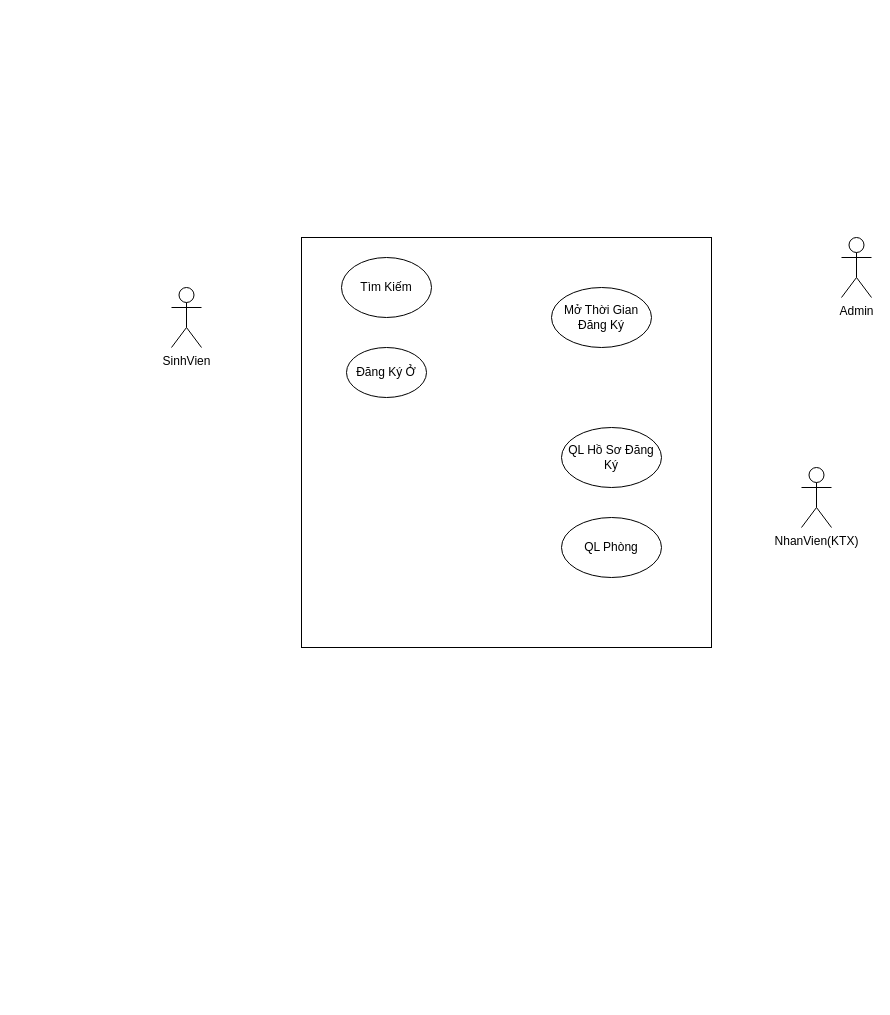
Before: page "UseCase" (3 of 5) of Other/ERD.drawio in phanvandinh99/QuanLyKyTucXa, a draw.io diagram. Source tidied: cells renumbered, new cells numbered last; positions are measured from the earlier drawing's top-left corner, leaving out a move shared by most shapes. Both pictures are drawn from the tidied source at 100%, with x=0, y=0 at pixel (171, 237).
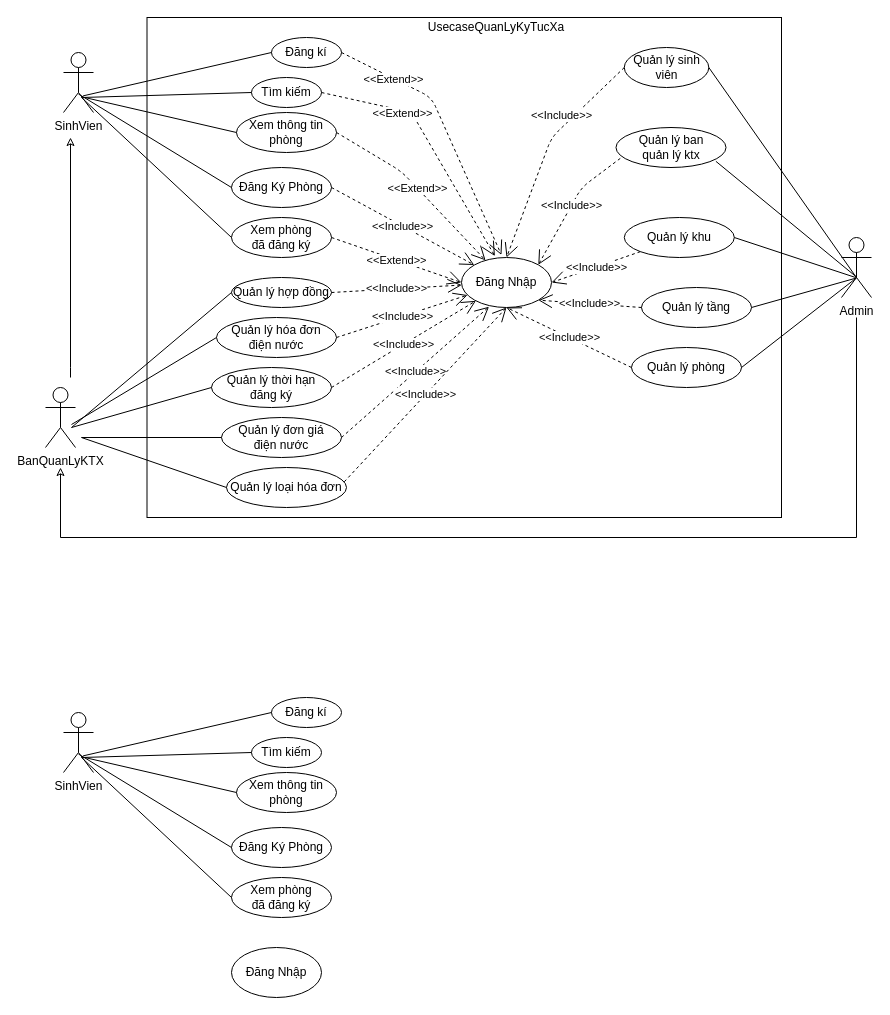
The same page after the edit.

The edit, as a diff of the source:
```diff
@@
+    <mxCell id="11" value="SinhVien" style="shape=umlActor;verticalLabelPosition=bottom;verticalAlign=top;html=1;" parent="1" vertex="1">
+      <mxGeometry x="-108" y="-185" width="30" height="60" as="geometry" />
+    </mxCell>
+    <mxCell id="12" style="rounded=0;whiteSpace=wrap;html=1;" parent="1" vertex="1">
+      <mxGeometry x="-24.5" y="-220" width="634.5" height="500" as="geometry" />
+    </mxCell>
+    <mxCell id="13" value="Đăng kí" style="ellipse;whiteSpace=wrap;html=1;" parent="1" vertex="1">
+      <mxGeometry x="100" y="-200" width="70" height="30" as="geometry" />
+    </mxCell>
+    <mxCell id="14" value="Đăng Nhập" style="ellipse;whiteSpace=wrap;html=1;" parent="1" vertex="1">
+      <mxGeometry x="290" y="20" width="90" height="50" as="geometry" />
+    </mxCell>
+    <mxCell id="15" value="Tìm kiếm" style="ellipse;whiteSpace=wrap;html=1;" parent="1" vertex="1">
+      <mxGeometry x="80" y="-160" width="70" height="30" as="geometry" />
+    </mxCell>
+    <mxCell id="16" value="Xem thông tin phòng" style="ellipse;whiteSpace=wrap;html=1;" parent="1" vertex="1">
+      <mxGeometry x="65" y="-125" width="100" height="40" as="geometry" />
+    </mxCell>
+    <mxCell id="17" value="Đăng Ký Phòng" style="ellipse;whiteSpace=wrap;html=1;" parent="1" vertex="1">
+      <mxGeometry x="60" y="-70" width="100" height="40" as="geometry" />
+    </mxCell>
+    <mxCell id="18" value="Xem phòng&lt;br&gt;đã đăng ký" style="ellipse;whiteSpace=wrap;html=1;" parent="1" vertex="1">
+      <mxGeometry x="60" y="-20" width="100" height="40" as="geometry" />
+    </mxCell>
+    <mxCell id="19" value="Quản lý hợp đồng" style="ellipse;whiteSpace=wrap;html=1;" parent="1" vertex="1">
+      <mxGeometry x="60" y="40" width="100" height="30" as="geometry" />
+    </mxCell>
+    <mxCell id="20" value="Quản lý hóa đơn&lt;br&gt;điện nước" style="ellipse;whiteSpace=wrap;html=1;" parent="1" vertex="1">
+      <mxGeometry x="45" y="80" width="120" height="40" as="geometry" />
+    </mxCell>
+    <mxCell id="21" style="edgeStyle=orthogonalEdgeStyle;rounded=0;orthogonalLoop=1;jettySize=auto;html=1;endArrow=classic;endFill=0;" parent="1" edge="1">
+      <mxGeometry relative="1" as="geometry">
+        <mxPoint x="-101" y="140" as="sourcePoint" />
+        <mxPoint x="-101" y="-100" as="targetPoint" />
+        <Array as="points">
+          <mxPoint x="-101" y="130" />
+        </Array>
+      </mxGeometry>
+    </mxCell>
+    <mxCell id="22" value="BanQuanLyKTX" style="shape=umlActor;verticalLabelPosition=bottom;verticalAlign=top;html=1;" parent="1" vertex="1">
+      <mxGeometry x="-126" y="150" width="30" height="60" as="geometry" />
+    </mxCell>
+    <mxCell id="23" style="edgeStyle=orthogonalEdgeStyle;rounded=0;orthogonalLoop=1;jettySize=auto;html=1;endArrow=classic;endFill=0;" parent="1" edge="1">
+      <mxGeometry relative="1" as="geometry">
+        <mxPoint x="685" y="80" as="sourcePoint" />
+        <mxPoint x="-111" y="230" as="targetPoint" />
+        <Array as="points">
+          <mxPoint x="685" y="300" />
+          <mxPoint x="-111" y="300" />
+        </Array>
+      </mxGeometry>
+    </mxCell>
-    <mxCell id="2" value="Admin" style="shape=umlActor;verticalLabelPosition=bottom;verticalAlign=top;html=1;outlineConnect=0;" parent="1" vertex="1">
+    <mxCell id="2" value="Admin" style="shape=umlActor;verticalLabelPosition=bottom;verticalAlign=top;html=1;" parent="1" vertex="1">
       <mxGeometry x="670" width="30" height="60" as="geometry" />
     </mxCell>
-    <mxCell id="3" style="whiteSpace=wrap;html=1;" parent="1" vertex="1">
-      <mxGeometry x="130" width="410" height="410" as="geometry" />
-    </mxCell>
-    <mxCell id="4" value="SinhVien" style="shape=umlActor;verticalLabelPosition=bottom;verticalAlign=top;html=1;" parent="1" vertex="1">
-      <mxGeometry y="50" width="30" height="60" as="geometry" />
-    </mxCell>
-    <mxCell id="5" value="NhanVien(KTX)" style="shape=umlActor;verticalLabelPosition=bottom;verticalAlign=top;html=1;" parent="1" vertex="1">
-      <mxGeometry x="630" y="230" width="30" height="60" as="geometry" />
-    </mxCell>
-    <mxCell id="6" value="Tìm Kiếm" style="ellipse;whiteSpace=wrap;html=1;" parent="1" vertex="1">
-      <mxGeometry x="170" y="20" width="90" height="60" as="geometry" />
-    </mxCell>
-    <mxCell id="7" value="Đăng Ký Ở" style="ellipse;whiteSpace=wrap;html=1;" parent="1" vertex="1">
-      <mxGeometry x="175" y="110" width="80" height="50" as="geometry" />
-    </mxCell>
-    <mxCell id="8" value="Mở Thời Gian Đăng Ký" style="ellipse;whiteSpace=wrap;html=1;" parent="1" vertex="1">
-      <mxGeometry x="380" y="50" width="100" height="60" as="geometry" />
-    </mxCell>
-    <mxCell id="9" value="QL Phòng" style="ellipse;whiteSpace=wrap;html=1;" parent="1" vertex="1">
-      <mxGeometry x="390" y="280" width="100" height="60" as="geometry" />
-    </mxCell>
-    <mxCell id="10" value="QL Hồ Sơ Đăng Ký" style="ellipse;whiteSpace=wrap;html=1;" parent="1" vertex="1">
-      <mxGeometry x="390" y="190" width="100" height="60" as="geometry" />
-    </mxCell>
+    <mxCell id="24" value="Quản lý sinh viên" style="ellipse;whiteSpace=wrap;html=1;" parent="1" vertex="1">
+      <mxGeometry x="452.8" y="-190" width="84.5" height="40" as="geometry" />
+    </mxCell>
+    <mxCell id="25" value="Quản lý ban&lt;br&gt;quản lý ktx" style="ellipse;whiteSpace=wrap;html=1;" parent="1" vertex="1">
+      <mxGeometry x="444.5" y="-110" width="110" height="40" as="geometry" />
+    </mxCell>
+    <mxCell id="26" value="Quản lý khu" style="ellipse;whiteSpace=wrap;html=1;" parent="1" vertex="1">
+      <mxGeometry x="452.8" y="-20" width="110" height="40" as="geometry" />
+    </mxCell>
+    <mxCell id="27" value="Quản lý tầng" style="ellipse;whiteSpace=wrap;html=1;" parent="1" vertex="1">
+      <mxGeometry x="470" y="50" width="110" height="40" as="geometry" />
+    </mxCell>
+    <mxCell id="28" style="endArrow=none;html=1;exitX=0.653;exitY=0.723;exitDx=0;exitDy=0;exitPerimeter=0;entryX=0;entryY=0.5;entryDx=0;entryDy=0;endFill=0;" parent="1" edge="1" source="11" target="13">
+      <mxGeometry relative="1" as="geometry" />
+    </mxCell>
+    <mxCell id="29" style="endArrow=none;html=1;exitX=0.6;exitY=0.75;exitDx=0;exitDy=0;exitPerimeter=0;entryX=0;entryY=0.5;entryDx=0;entryDy=0;endFill=0;" parent="1" edge="1" source="11" target="15">
+      <mxGeometry relative="1" as="geometry" />
+    </mxCell>
+    <mxCell id="30" style="endArrow=none;html=1;exitX=0.707;exitY=0.75;exitDx=0;exitDy=0;exitPerimeter=0;entryX=0;entryY=0.5;entryDx=0;entryDy=0;endFill=0;" parent="1" edge="1" source="11" target="16">
+      <mxGeometry relative="1" as="geometry" />
+    </mxCell>
+    <mxCell id="31" style="endArrow=none;html=1;entryX=0;entryY=0.5;entryDx=0;entryDy=0;exitX=0.5;exitY=0.692;exitDx=0;exitDy=0;exitPerimeter=0;endFill=0;" parent="1" edge="1" source="11" target="17">
+      <mxGeometry relative="1" as="geometry" />
+    </mxCell>
+    <mxCell id="32" style="endArrow=none;html=1;entryX=0;entryY=0.5;entryDx=0;entryDy=0;endFill=0;" parent="1" edge="1" target="18">
+      <mxGeometry relative="1" as="geometry">
+        <mxPoint x="-90" y="-140" as="sourcePoint" />
+      </mxGeometry>
+    </mxCell>
+    <mxCell id="33" style="endArrow=none;html=1;entryX=0;entryY=0.5;entryDx=0;entryDy=0;endFill=0;" parent="1" edge="1" target="20">
+      <mxGeometry relative="1" as="geometry">
+        <mxPoint x="-100" y="187" as="sourcePoint" />
+      </mxGeometry>
+    </mxCell>
+    <mxCell id="34" style="endArrow=none;html=1;entryX=0;entryY=0.5;entryDx=0;entryDy=0;endFill=0;" parent="1" edge="1" target="19">
+      <mxGeometry relative="1" as="geometry">
+        <mxPoint x="-100" y="190" as="sourcePoint" />
+      </mxGeometry>
+    </mxCell>
+    <mxCell id="35" value="&amp;lt;&amp;lt;Include&amp;gt;&amp;gt;" style="endArrow=open;endSize=12;dashed=1;html=1;exitX=1;exitY=0.5;exitDx=0;exitDy=0;" parent="1" edge="1" source="19" target="14">
+      <mxGeometry relative="1" as="geometry" />
+    </mxCell>
+    <mxCell id="36" value="&amp;lt;&amp;lt;Include&amp;gt;&amp;gt;" style="endArrow=open;endSize=12;dashed=1;html=1;exitX=1;exitY=0.5;exitDx=0;exitDy=0;" parent="1" edge="1" source="20" target="14">
+      <mxGeometry relative="1" as="geometry" />
+    </mxCell>
+    <mxCell id="37" style="endArrow=none;html=1;exitX=0.493;exitY=0.664;exitDx=0;exitDy=0;exitPerimeter=0;entryX=1;entryY=0.5;entryDx=0;entryDy=0;endFill=0;" parent="1" edge="1" source="2" target="24">
+      <mxGeometry relative="1" as="geometry" />
+    </mxCell>
+    <mxCell id="38" style="endArrow=none;html=1;entryX=0.908;entryY=0.845;entryDx=0;entryDy=0;entryPerimeter=0;exitX=0.493;exitY=0.656;exitDx=0;exitDy=0;exitPerimeter=0;endFill=0;" parent="1" edge="1" source="2" target="25">
+      <mxGeometry relative="1" as="geometry" />
+    </mxCell>
+    <mxCell id="39" style="endArrow=none;html=1;entryX=1;entryY=0.5;entryDx=0;entryDy=0;exitX=0.478;exitY=0.668;exitDx=0;exitDy=0;exitPerimeter=0;endFill=0;" parent="1" edge="1" source="2" target="26">
+      <mxGeometry relative="1" as="geometry" />
+    </mxCell>
+    <mxCell id="40" style="endArrow=none;html=1;entryX=1;entryY=0.5;entryDx=0;entryDy=0;exitX=0.47;exitY=0.679;exitDx=0;exitDy=0;exitPerimeter=0;endFill=0;" parent="1" edge="1" source="2" target="27">
+      <mxGeometry relative="1" as="geometry" />
+    </mxCell>
+    <mxCell id="41" value="&amp;lt;&amp;lt;Include&amp;gt;&amp;gt;" style="endArrow=open;endSize=12;dashed=1;html=1;exitX=0;exitY=0.5;exitDx=0;exitDy=0;entryX=0.5;entryY=0;entryDx=0;entryDy=0;" parent="1" edge="1" source="24" target="14">
+      <mxGeometry x="-0.31" y="-9" relative="1" as="geometry">
+        <Array as="points">
+          <mxPoint x="380" y="-100" />
+        </Array>
+      </mxGeometry>
+    </mxCell>
+    <mxCell id="42" value="&amp;lt;&amp;lt;Include&amp;gt;&amp;gt;" style="endArrow=open;endSize=12;dashed=1;html=1;exitX=0.039;exitY=0.772;exitDx=0;exitDy=0;entryX=1;entryY=0;entryDx=0;entryDy=0;exitPerimeter=0;" parent="1" edge="1" source="25" target="14">
+      <mxGeometry relative="1" as="geometry">
+        <Array as="points">
+          <mxPoint x="410" y="-50" />
+        </Array>
+      </mxGeometry>
+    </mxCell>
+    <mxCell id="43" value="&amp;lt;&amp;lt;Include&amp;gt;&amp;gt;" style="endArrow=open;endSize=12;dashed=1;html=1;exitX=0;exitY=1;exitDx=0;exitDy=0;entryX=1;entryY=0.5;entryDx=0;entryDy=0;" parent="1" edge="1" source="26" target="14">
+      <mxGeometry relative="1" as="geometry" />
+    </mxCell>
+    <mxCell id="44" value="&amp;lt;&amp;lt;Include&amp;gt;&amp;gt;" style="endArrow=open;endSize=12;dashed=1;html=1;exitX=0;exitY=0.5;exitDx=0;exitDy=0;entryX=1;entryY=1;entryDx=0;entryDy=0;" parent="1" edge="1" source="27" target="14">
+      <mxGeometry relative="1" as="geometry" />
+    </mxCell>
+    <mxCell id="45" value="&amp;lt;&amp;lt;Extend&amp;gt;&amp;gt;" style="endArrow=open;endSize=12;dashed=1;html=1;exitX=1;exitY=0.5;exitDx=0;exitDy=0;entryX=0;entryY=0.5;entryDx=0;entryDy=0;" parent="1" edge="1" source="18" target="14">
+      <mxGeometry relative="1" as="geometry" />
+    </mxCell>
+    <mxCell id="46" value="&amp;lt;&amp;lt;Include&amp;gt;&amp;gt;" style="endArrow=open;endSize=12;dashed=1;html=1;exitX=1;exitY=0.5;exitDx=0;exitDy=0;" parent="1" edge="1" source="17" target="14">
+      <mxGeometry relative="1" as="geometry" />
+    </mxCell>
+    <mxCell id="47" value="&amp;lt;&amp;lt;Extend&amp;gt;&amp;gt;" style="endArrow=open;endSize=12;dashed=1;html=1;exitX=1;exitY=0.5;exitDx=0;exitDy=0;" parent="1" edge="1" source="16" target="14">
+      <mxGeometry relative="1" as="geometry">
+        <Array as="points">
+          <mxPoint x="230" y="-66" />
+        </Array>
+      </mxGeometry>
+    </mxCell>
+    <mxCell id="48" value="&amp;lt;&amp;lt;Extend&amp;gt;&amp;gt;" style="endArrow=open;endSize=12;dashed=1;html=1;exitX=1;exitY=0.5;exitDx=0;exitDy=0;entryX=0.371;entryY=-0.028;entryDx=0;entryDy=0;entryPerimeter=0;" parent="1" edge="1" source="15" target="14">
+      <mxGeometry x="-0.36" y="-3" relative="1" as="geometry">
+        <Array as="points">
+          <mxPoint x="240" y="-125" />
+        </Array>
+        <mxPoint x="1" as="offset" />
+      </mxGeometry>
+    </mxCell>
+    <mxCell id="49" value="UsecaseQuanLyKyTucXa" style="text;html=1;strokeColor=none;fillColor=none;align=center;verticalAlign=middle;whiteSpace=wrap;rounded=0;" parent="1" vertex="1">
+      <mxGeometry x="240" y="-220" width="170" height="20" as="geometry" />
+    </mxCell>
+    <mxCell id="50" value="&amp;lt;&amp;lt;Extend&amp;gt;&amp;gt;" style="endArrow=open;endSize=12;dashed=1;html=1;exitX=1;exitY=0.5;exitDx=0;exitDy=0;entryX=0.444;entryY=-0.05;entryDx=0;entryDy=0;entryPerimeter=0;" parent="1" edge="1" source="13" target="14">
+      <mxGeometry x="-0.57" y="-1" relative="1" as="geometry">
+        <Array as="points">
+          <mxPoint x="260" y="-140" />
+        </Array>
+      </mxGeometry>
+    </mxCell>
+    <mxCell id="51" value="Quản lý phòng" style="ellipse;whiteSpace=wrap;html=1;" parent="1" vertex="1">
+      <mxGeometry x="460" y="110" width="110" height="40" as="geometry" />
+    </mxCell>
+    <mxCell id="52" style="endArrow=none;html=1;entryX=1;entryY=0.5;entryDx=0;entryDy=0;exitX=0.505;exitY=0.671;exitDx=0;exitDy=0;exitPerimeter=0;endFill=0;" parent="1" edge="1" source="2" target="51">
+      <mxGeometry relative="1" as="geometry" />
+    </mxCell>
+    <mxCell id="53" value="&amp;lt;&amp;lt;Include&amp;gt;&amp;gt;" style="endArrow=open;endSize=12;dashed=1;html=1;exitX=0;exitY=0.5;exitDx=0;exitDy=0;entryX=0.5;entryY=1;entryDx=0;entryDy=0;" parent="1" edge="1" source="51" target="14">
+      <mxGeometry relative="1" as="geometry" />
+    </mxCell>
+    <mxCell id="54" value="Quản lý thời hạn đăng ký" style="ellipse;whiteSpace=wrap;html=1;" parent="1" vertex="1">
+      <mxGeometry x="40" y="130" width="120" height="40" as="geometry" />
+    </mxCell>
+    <mxCell id="55" value="Quản lý đơn giá &lt;br&gt;điện nước" style="ellipse;whiteSpace=wrap;html=1;" parent="1" vertex="1">
+      <mxGeometry x="50" y="180" width="120" height="40" as="geometry" />
+    </mxCell>
+    <mxCell id="56" value="Quản lý loại hóa đơn" style="ellipse;whiteSpace=wrap;html=1;" parent="1" vertex="1">
+      <mxGeometry x="55" y="230" width="120" height="40" as="geometry" />
+    </mxCell>
+    <mxCell id="57" style="endArrow=none;html=1;entryX=0;entryY=0.5;entryDx=0;entryDy=0;endFill=0;" parent="1" edge="1" target="55">
+      <mxGeometry relative="1" as="geometry">
+        <mxPoint x="-90" y="200" as="sourcePoint" />
+      </mxGeometry>
+    </mxCell>
+    <mxCell id="58" style="endArrow=none;html=1;entryX=0;entryY=0.5;entryDx=0;entryDy=0;endFill=0;" parent="1" edge="1" target="54">
+      <mxGeometry relative="1" as="geometry">
+        <mxPoint x="-100" y="190" as="sourcePoint" />
+      </mxGeometry>
+    </mxCell>
+    <mxCell id="59" style="endArrow=none;html=1;entryX=0;entryY=0.5;entryDx=0;entryDy=0;endFill=0;" parent="1" edge="1" target="56">
+      <mxGeometry relative="1" as="geometry">
+        <mxPoint x="-90" y="200" as="sourcePoint" />
+      </mxGeometry>
+    </mxCell>
+    <mxCell id="60" value="&amp;lt;&amp;lt;Include&amp;gt;&amp;gt;" style="endArrow=open;endSize=12;dashed=1;html=1;exitX=1;exitY=0.5;exitDx=0;exitDy=0;" parent="1" edge="1" source="54" target="14">
+      <mxGeometry relative="1" as="geometry" />
+    </mxCell>
+    <mxCell id="61" value="&amp;lt;&amp;lt;Include&amp;gt;&amp;gt;" style="endArrow=open;endSize=12;dashed=1;html=1;exitX=1;exitY=0.5;exitDx=0;exitDy=0;entryX=0.306;entryY=0.984;entryDx=0;entryDy=0;entryPerimeter=0;" parent="1" edge="1" source="55" target="14">
+      <mxGeometry relative="1" as="geometry" />
+    </mxCell>
+    <mxCell id="62" value="&amp;lt;&amp;lt;Include&amp;gt;&amp;gt;" style="endArrow=open;endSize=12;dashed=1;html=1;exitX=0.981;exitY=0.359;exitDx=0;exitDy=0;exitPerimeter=0;entryX=0.5;entryY=1;entryDx=0;entryDy=0;" parent="1" edge="1" source="56" target="14">
+      <mxGeometry relative="1" as="geometry" />
+    </mxCell>
+    <mxCell id="63" value="SinhVien" style="shape=umlActor;verticalLabelPosition=bottom;verticalAlign=top;html=1;" parent="1" vertex="1">
+      <mxGeometry x="-108" y="475" width="30" height="60" as="geometry" />
+    </mxCell>
+    <mxCell id="64" value="Đăng kí" style="ellipse;whiteSpace=wrap;html=1;" parent="1" vertex="1">
+      <mxGeometry x="100" y="460" width="70" height="30" as="geometry" />
+    </mxCell>
+    <mxCell id="65" value="Tìm kiếm" style="ellipse;whiteSpace=wrap;html=1;" parent="1" vertex="1">
+      <mxGeometry x="80" y="500" width="70" height="30" as="geometry" />
+    </mxCell>
+    <mxCell id="66" value="Xem thông tin phòng" style="ellipse;whiteSpace=wrap;html=1;" parent="1" vertex="1">
+      <mxGeometry x="65" y="535" width="100" height="40" as="geometry" />
+    </mxCell>
+    <mxCell id="67" value="Đăng Ký Phòng" style="ellipse;whiteSpace=wrap;html=1;" parent="1" vertex="1">
+      <mxGeometry x="60" y="590" width="100" height="40" as="geometry" />
+    </mxCell>
+    <mxCell id="68" value="Xem phòng&lt;br&gt;đã đăng ký" style="ellipse;whiteSpace=wrap;html=1;" parent="1" vertex="1">
+      <mxGeometry x="60" y="640" width="100" height="40" as="geometry" />
+    </mxCell>
+    <mxCell id="69" style="endArrow=none;html=1;exitX=0.653;exitY=0.723;exitDx=0;exitDy=0;exitPerimeter=0;entryX=0;entryY=0.5;entryDx=0;entryDy=0;endFill=0;" parent="1" edge="1" source="63" target="64">
+      <mxGeometry relative="1" as="geometry" />
+    </mxCell>
+    <mxCell id="70" style="endArrow=none;html=1;exitX=0.6;exitY=0.75;exitDx=0;exitDy=0;exitPerimeter=0;entryX=0;entryY=0.5;entryDx=0;entryDy=0;endFill=0;" parent="1" edge="1" source="63" target="65">
+      <mxGeometry relative="1" as="geometry" />
+    </mxCell>
+    <mxCell id="71" style="endArrow=none;html=1;exitX=0.707;exitY=0.75;exitDx=0;exitDy=0;exitPerimeter=0;entryX=0;entryY=0.5;entryDx=0;entryDy=0;endFill=0;" parent="1" edge="1" source="63" target="66">
+      <mxGeometry relative="1" as="geometry" />
+    </mxCell>
+    <mxCell id="72" style="endArrow=none;html=1;entryX=0;entryY=0.5;entryDx=0;entryDy=0;exitX=0.5;exitY=0.692;exitDx=0;exitDy=0;exitPerimeter=0;endFill=0;" parent="1" edge="1" source="63" target="67">
+      <mxGeometry relative="1" as="geometry" />
+    </mxCell>
+    <mxCell id="73" style="endArrow=none;html=1;entryX=0;entryY=0.5;entryDx=0;entryDy=0;endFill=0;" parent="1" edge="1" target="68">
+      <mxGeometry relative="1" as="geometry">
+        <mxPoint x="-90" y="520" as="sourcePoint" />
+      </mxGeometry>
+    </mxCell>
+    <mxCell id="74" value="Đăng Nhập" style="ellipse;whiteSpace=wrap;html=1;" parent="1" vertex="1">
+      <mxGeometry x="60" y="710" width="90" height="50" as="geometry" />
+    </mxCell>
```
